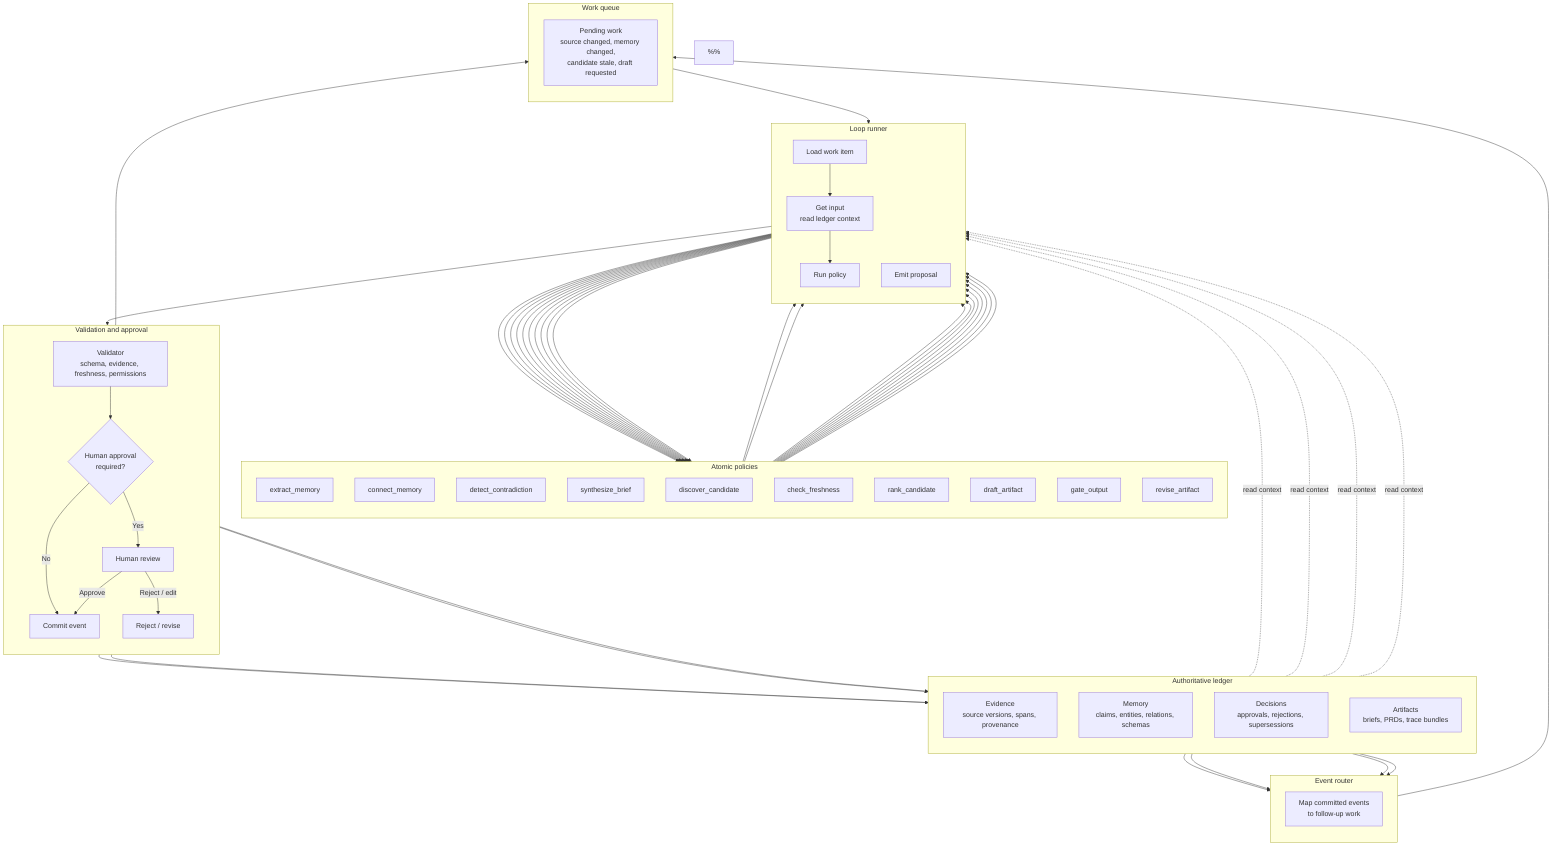
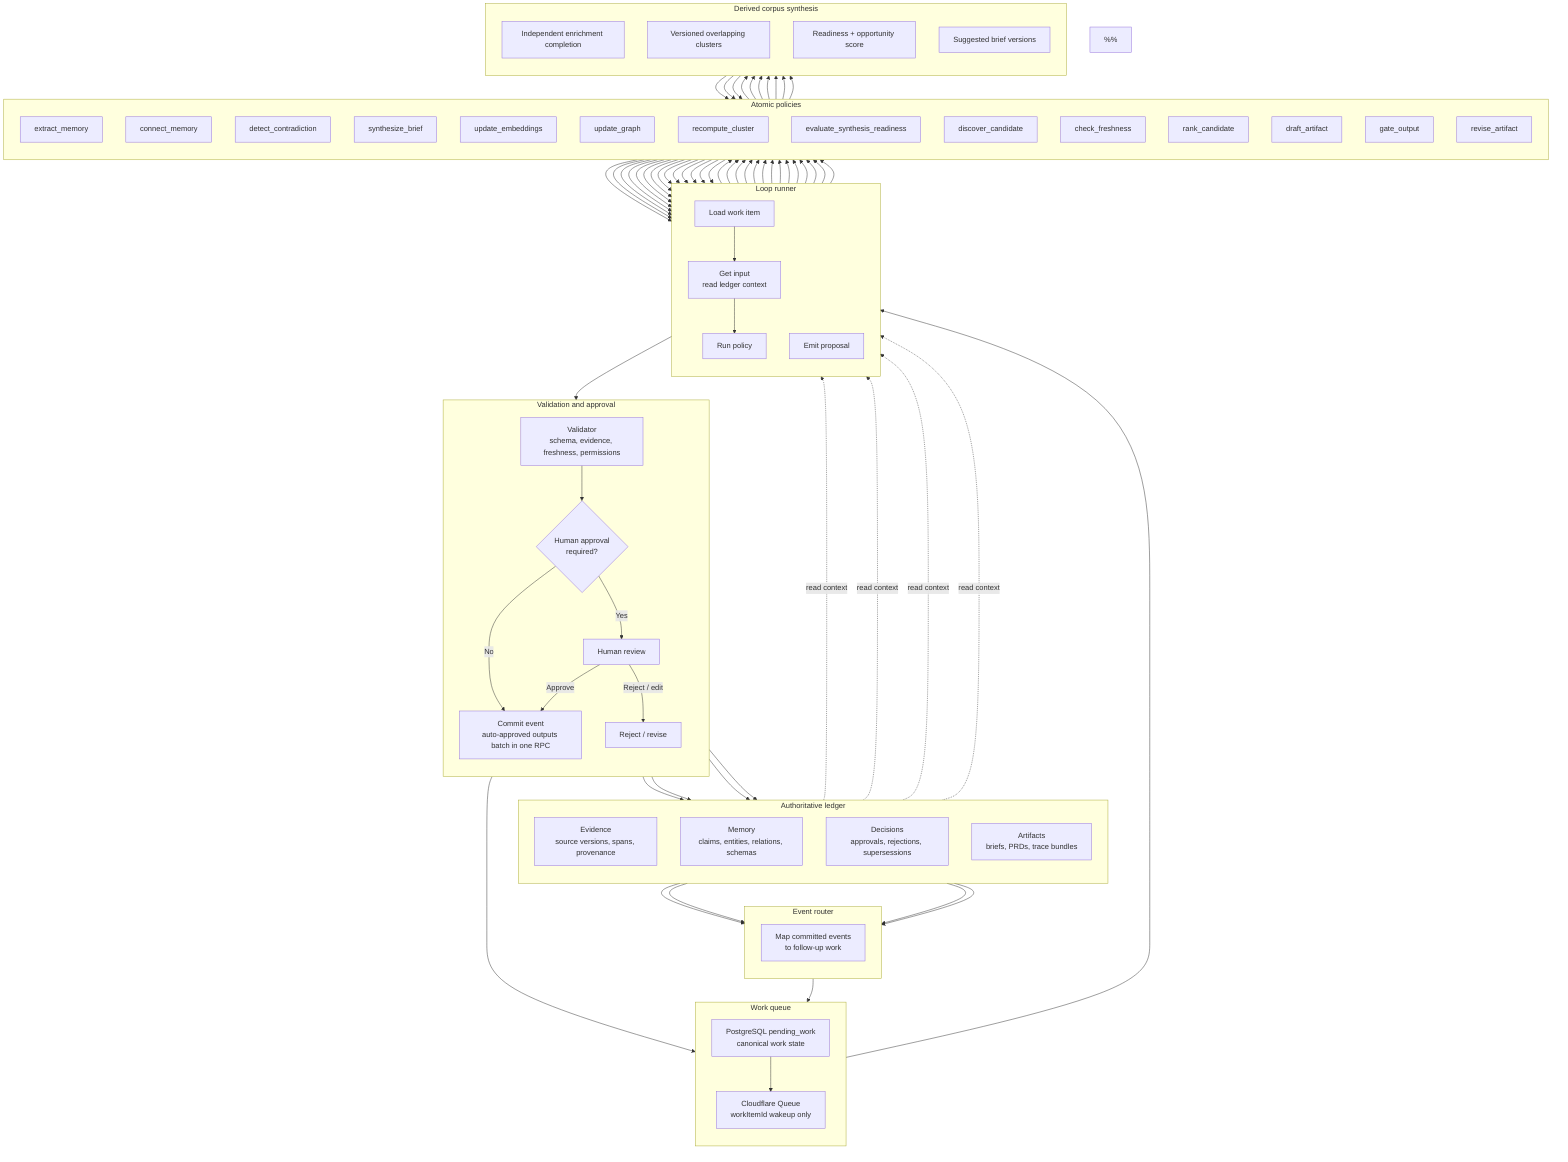
flowchart TB

%% =====================================================
%% DISTILLERY LOOP SYSTEM DIAGRAM
- %% Status: simplified current architecture plus intended downstream loop.
+ %% Status: simplified current architecture through migration 0015 plus intended downstream loop.
%%
%% Idea: the system is a small fleet of homogeneous loops.
%% Committed ledger events route to pending work. A context loader
%% prepares typed policy input. Policy runners emit proposed events.
%% Validators and humans decide what becomes committed ledger state.
%% =====================================================

subgraph LEDGER["Authoritative ledger"]
  direction TB
  A["Evidence<br/>source versions, spans, provenance"]
  B["Memory<br/>claims, entities, relations, schemas"]
  C["Decisions<br/>approvals, rejections, supersessions"]
  D["Artifacts<br/>briefs, PRDs, trace bundles"]
end

subgraph RUNNER["Loop runner"]
  direction TB
  E["Load work item"]
  F["Get input<br/>read ledger context"]
  G["Run policy"]
  H["Emit proposal"]
end

subgraph ROUTER["Event router"]
  direction TB
  R["Map committed events<br/>to follow-up work"]
end

subgraph POLICIES["Atomic policies"]
  direction TB
  P1["extract_memory"]
  P2["connect_memory"]
  P3["detect_contradiction"]
  P4["synthesize_brief"]
+   P11["update_embeddings"]
+   P12["update_graph"]
+   P13["recompute_cluster"]
+   P14["evaluate_synthesis_readiness"]
  P5["discover_candidate"]
  P6["check_freshness"]
  P7["rank_candidate"]
  P8["draft_artifact"]
  P9["gate_output"]
  P10["revise_artifact"]
end

subgraph GATE["Validation and approval"]
  direction TB
  I["Validator<br/>schema, evidence, freshness, permissions"]
  J{"Human approval<br/>required?"}
  K["Human review"]
-   L["Commit event"]
+   L["Commit event<br/>auto-approved outputs batch in one RPC"]
  M["Reject / revise"]
end

subgraph QUEUE["Work queue"]
  direction TB
-   Q["Pending work<br/>source changed, memory changed,<br/>candidate stale, draft requested"]
+   Q["PostgreSQL pending_work<br/>canonical work state"]
+   CQ["Cloudflare Queue<br/>workItemId wakeup only"]
+ end
+ 
+ subgraph SYNTH["Derived corpus synthesis"]
+   direction TB
+   S1["Independent enrichment completion"]
+   S2["Versioned overlapping clusters"]
+   S3["Readiness + opportunity score"]
+   S4["Suggested brief versions"]
end

A -. "read context" .-> F
B -. "read context" .-> F
C -. "read context" .-> F
D -. "read context" .-> F

A --> R
B --> R
C --> R
D --> R
R --> Q
+ Q --> CQ

- Q --> E
+ CQ --> E
E --> F
F --> G

G --> P1
G --> P2
G --> P3
G --> P4
G --> P5
G --> P6
G --> P7
G --> P8
G --> P9
G --> P10
+ G --> P11
+ G --> P12
+ G --> P13
+ G --> P14

P1 --> H
P2 --> H
P3 --> H
P4 --> H
P5 --> H
P6 --> H
P7 --> H
P8 --> H
P9 --> H
P10 --> H
+ P11 --> H
+ P12 --> H
+ P13 --> H
+ P14 --> H

H --> I
I --> J
J -->|"No"| L
J -->|"Yes"| K
K -->|"Approve"| L
K -->|"Reject / edit"| M

M --> Q
L --> A
L --> B
L --> C
L --> D
+ 
+ P2 --> S1
+ P3 --> S1
+ P11 --> S1
+ P12 --> S1
+ S1 --> P13
+ P13 --> S2
+ S2 --> P14
+ P14 --> S3
+ S3 --> P4
+ P4 --> S4
